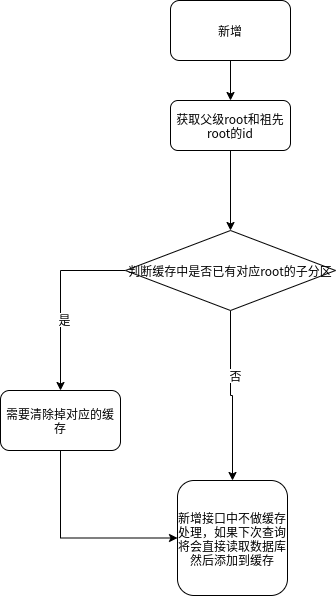
Above: 省市区功能流程图.drawio.png in rayliu445/blogImage (draw.io), before the change. Source tidied: cells renumbered, new cells last; positions are measured from the earlier drawing's top-left corner, leaving out a move shared by most shapes.
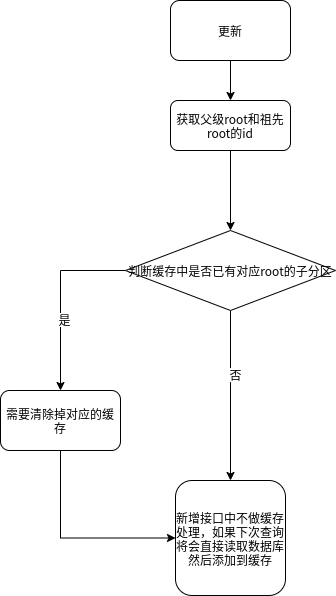
The same file after the commit.

Commit message:
Update 省市区功能流程图.drawio.png

Change to the diagram source:
```diff
@@ -5,7 +5,7 @@
     <mxCell id="2" style="edgeStyle=orthogonalEdgeStyle;rounded=0;jettySize=auto;html=1;exitX=0.5;exitY=1;exitDx=0;exitDy=0;entryX=0.5;entryY=0;entryDx=0;entryDy=0;" parent="1" edge="1" source="3" target="10">
       <mxGeometry relative="1" as="geometry" />
     </mxCell>
-    <mxCell id="3" value="新增" style="rounded=1;whiteSpace=wrap;html=1;" parent="1" vertex="1">
+    <mxCell id="3" value="更新" style="rounded=1;whiteSpace=wrap;html=1;" parent="1" vertex="1">
       <mxGeometry x="170" width="120" height="60" as="geometry" />
     </mxCell>
     <mxCell id="4" style="edgeStyle=orthogonalEdgeStyle;rounded=0;jettySize=auto;html=1;exitX=0;exitY=0.5;exitDx=0;exitDy=0;" parent="1" edge="1" source="8" target="12">
@@ -36,7 +36,7 @@
       <mxGeometry y="390" width="120" height="60" as="geometry" />
     </mxCell>
     <mxCell id="13" value="新增接口中不做缓存处理，如果下次查询将会直接读取数据库&lt;br&gt;然后添加到缓存" style="rounded=1;whiteSpace=wrap;html=1;" parent="1" vertex="1">
-      <mxGeometry x="177" y="480" width="110" height="115" as="geometry" />
+      <mxGeometry x="175" y="480" width="110" height="115" as="geometry" />
     </mxCell>
   </root>
 </mxGraphModel>
```
